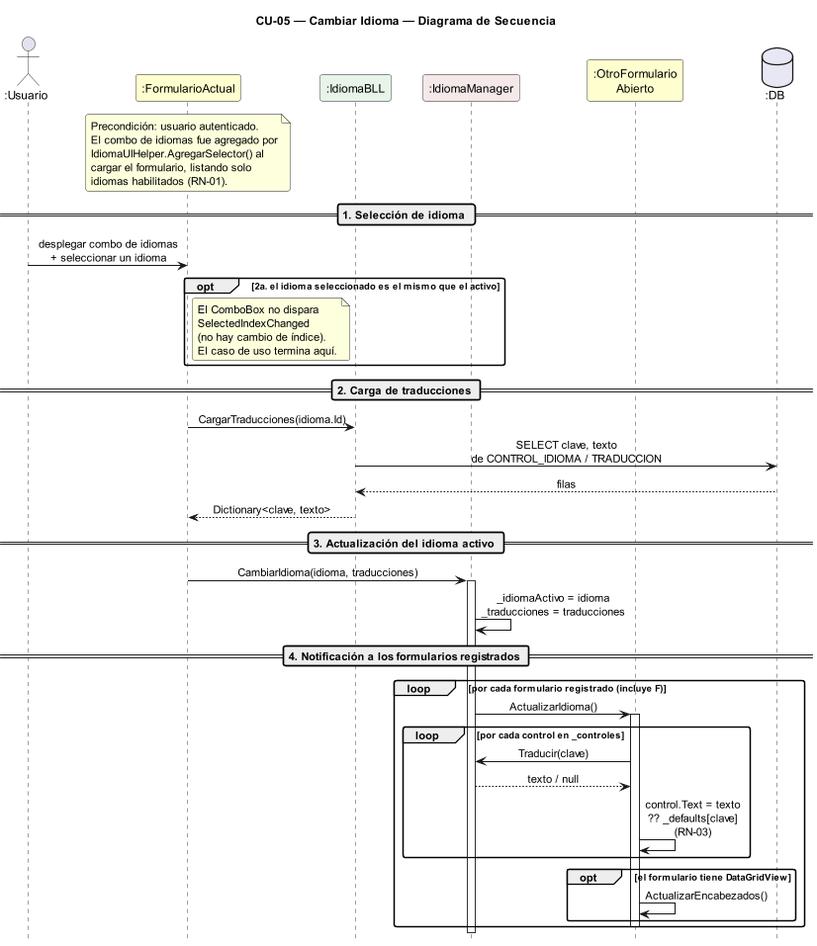
Earlier version of the PlantUML export DIAGRAMAS/DiagramaSecuencia_CU05_CambiarIdioma.png (Urrels/ingenieria_software).
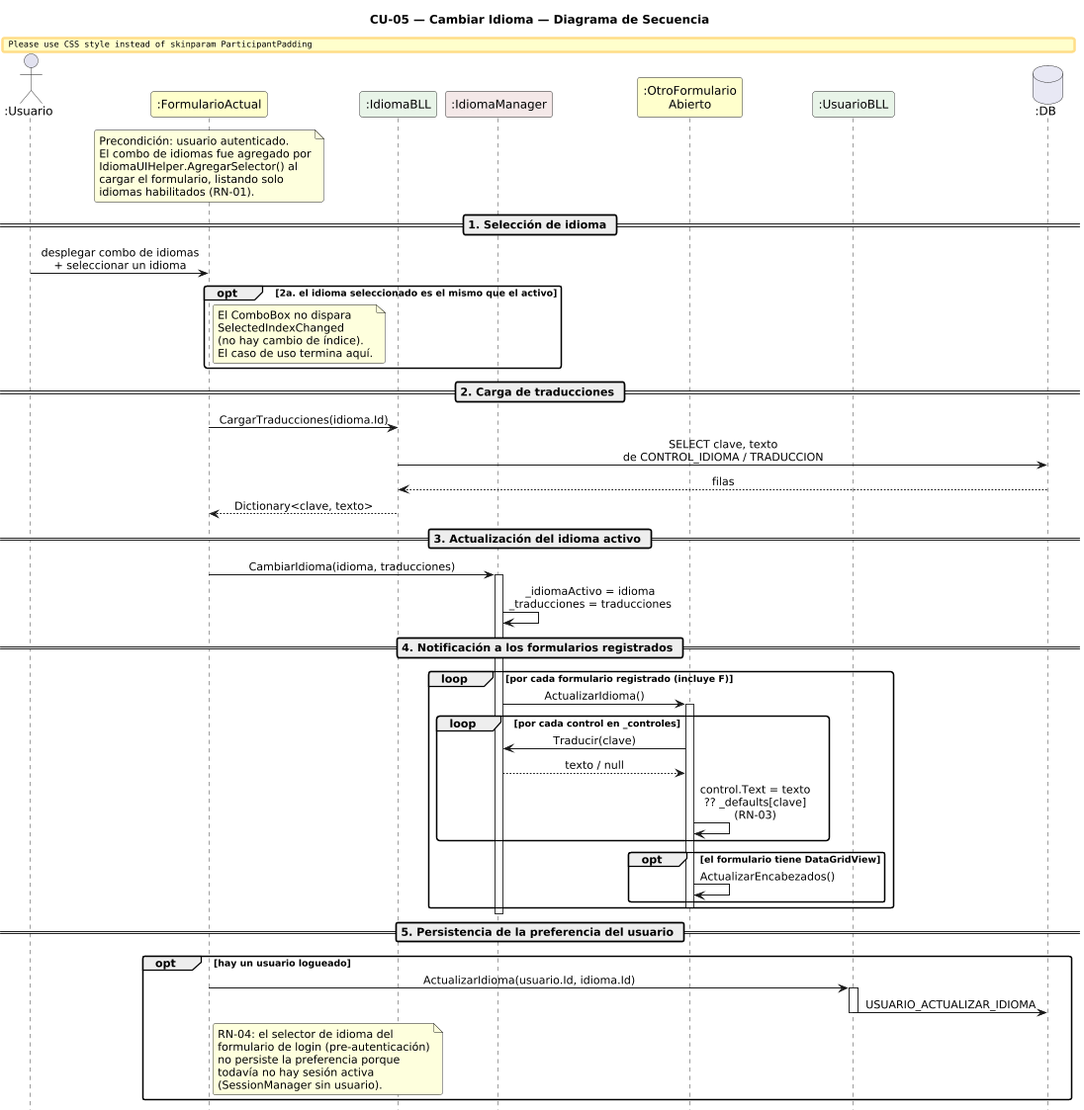
After the commit.

Commit message:
docs: corrige diagramas CU05/CU06 (idioma por usuario, modelo de rol real)

The edit, as a diff of the source:
```diff
@@ -15,6 +15,7 @@
 participant ":IdiomaBLL"           as IB #E8F4E8
 participant ":IdiomaManager"       as IM #F4E8E8
 participant ":OtroFormulario\nAbierto" as F2 #FEFECE
+participant ":UsuarioBLL"          as UB #E8F4E8
 database    ":DB"                  as DB #E8E8F4
 
 note over F
@@ -71,4 +72,21 @@
 end
 deactivate IM
 
+== 5. Persistencia de la preferencia del usuario ==
+
+opt hay un usuario logueado
+  F -> UB : ActualizarIdioma(usuario.Id, idioma.Id)
+  activate UB
+  UB -> DB : USUARIO_ACTUALIZAR_IDIOMA
+  deactivate UB
+
+  note right of F
+    RN-04: el selector de idioma del
+    formulario de login (pre-autenticación)
+    no persiste la preferencia porque
+    todavía no hay sesión activa
+    (SessionManager sin usuario).
+  end note
+end
+
 @enduml
```
